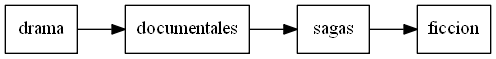
The Graphviz diagram Proyecto2/avlPreorden.png in AdriGomez95/EDD_1S2020_PY2_201504236, before a commit. Its source is kept beside it as Proyecto2/avlPreorden.dot. Its diagram source:
```dot
digraph G {
 rankdir = LR;drama[shape=elipse,label="drama" ];
documentales[shape=elipse,label="documentales" ];
drama -> documentales
sagas[shape=elipse,label="sagas" ];
documentales -> sagas
ficcion[shape=elipse,label="ficcion" ];
sagas -> ficcion
}
```
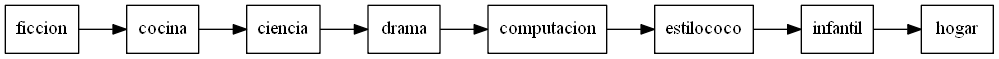
Later version of the same file.

The edit, as a diff of the source:
```diff
@@ -1,9 +1,17 @@
 digraph G {
- rankdir = LR;drama[shape=elipse,label="drama" ];
-documentales[shape=elipse,label="documentales" ];
-drama -> documentales
-sagas[shape=elipse,label="sagas" ];
-documentales -> sagas
-ficcion[shape=elipse,label="ficcion" ];
-sagas -> ficcion
+ rankdir = LR;ficcion[shape=elipse,label="ficcion" ];
+cocina[shape=elipse,label="cocina" ];
+ficcion -> cocina
+ciencia[shape=elipse,label="ciencia" ];
+cocina -> ciencia
+drama[shape=elipse,label="drama" ];
+ciencia -> drama
+computacion[shape=elipse,label="computacion" ];
+drama -> computacion
+estilococo[shape=elipse,label="estilococo" ];
+computacion -> estilococo
+infantil[shape=elipse,label="infantil" ];
+estilococo -> infantil
+hogar[shape=elipse,label="hogar" ];
+infantil -> hogar
 }
```
